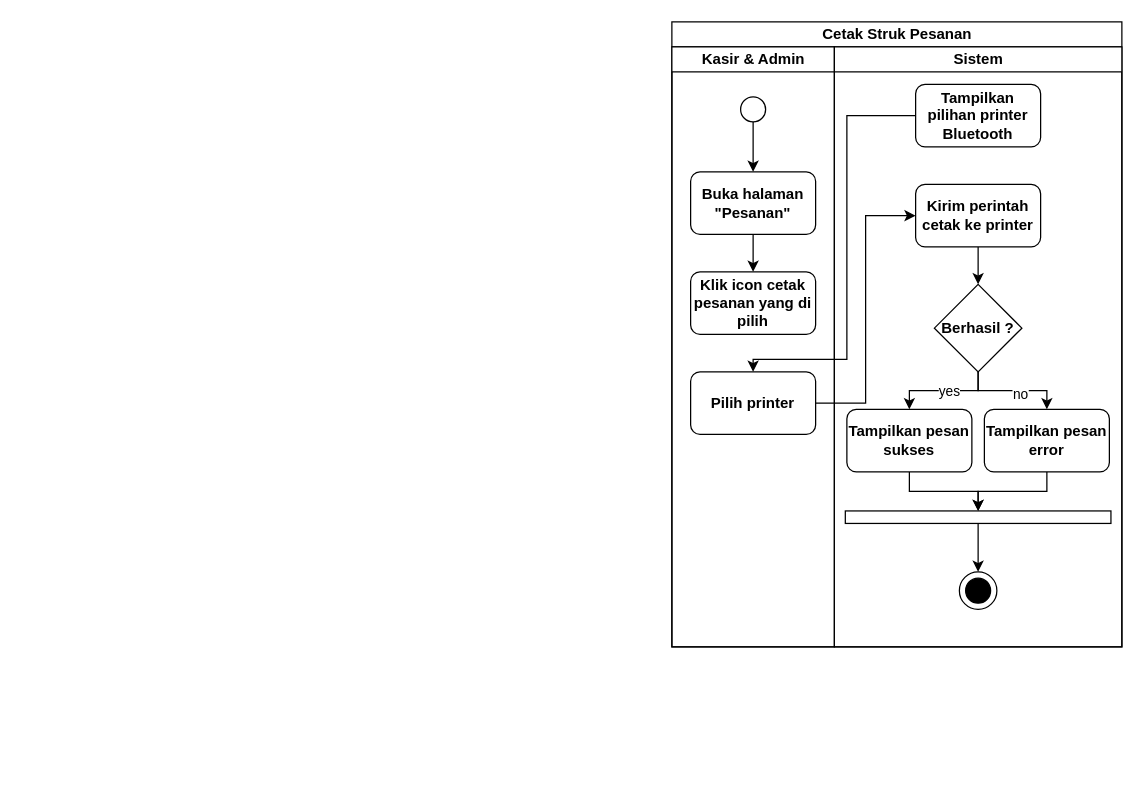
RIOKOWI/warmindo_purnama_flutter keeps this draw.io diagram as page "cetak struk pesanan" (13 of 19) of assets/uml/activity-diagram.drawio. Above is the earlier version. Source tidied: cells renumbered, new cells numbered last; positions are measured from the earlier drawing's top-left corner, leaving out a move shared by most shapes. Both pictures are drawn from the tidied source at 125%, with x=0, y=0 at pixel (21, 21).
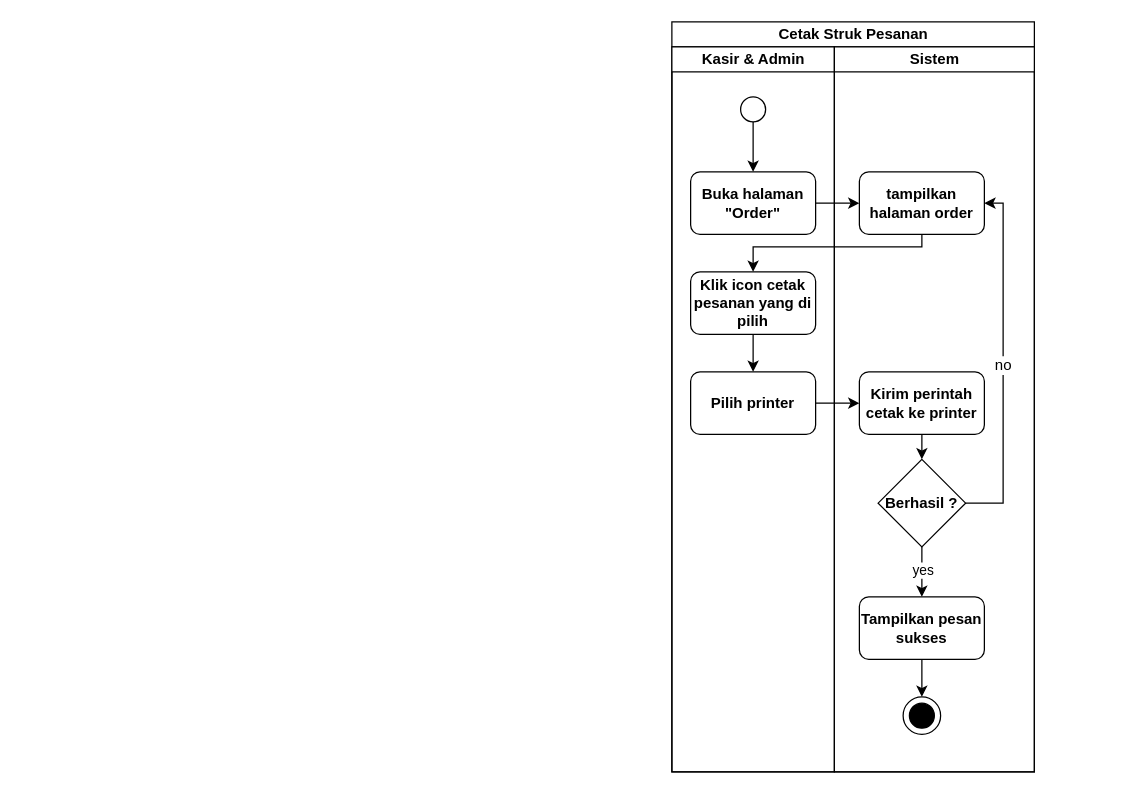
Above is the later version.

The change refers to these unchanged cells:
```xml
<mxCell id="9" value="Klik icon cetak pesanan yang di pilih" style="rounded=1;whiteSpace=wrap;html=1;strokeColor=default;align=center;verticalAlign=middle;fontFamily=Helvetica;fontSize=12;fontColor=default;fontStyle=1;fillColor=default;" parent="4" vertex="1">
  <mxGeometry x="15" y="180" width="100" height="50" as="geometry" />
</mxCell>
<mxCell id="10" value="Pilih printer" style="rounded=1;whiteSpace=wrap;html=1;strokeColor=default;align=center;verticalAlign=middle;fontFamily=Helvetica;fontSize=12;fontColor=default;fontStyle=1;fillColor=default;" parent="4" vertex="1">
  <mxGeometry x="15" y="260" width="100" height="50" as="geometry" />
</mxCell>
<mxCell id="29" style="ellipse;whiteSpace=wrap;html=1;strokeColor=default;align=center;verticalAlign=middle;fontFamily=Helvetica;fontSize=12;fontColor=default;fontStyle=1;fillColor=default;" parent="28" vertex="1">
  <mxGeometry width="30" height="30" as="geometry" />
</mxCell>
```

Diff of the diagram source:
```diff
@@
     <mxCell id="3" value="Cetak Struk Pesanan" style="swimlane;startSize=20;html=1;" parent="1" vertex="1">
-      <mxGeometry x="520" width="360" height="500" as="geometry" />
+      <mxGeometry x="520" width="290" height="600" as="geometry" />
     </mxCell>
     <mxCell id="4" value="Kasir &amp;amp; Admin" style="swimlane;startSize=20;html=1;" parent="3" vertex="1">
-      <mxGeometry y="20" width="130" height="480" as="geometry" />
+      <mxGeometry y="20" width="130" height="580" as="geometry" />
     </mxCell>
@@
-    <mxCell id="7" style="edgeStyle=orthogonalEdgeStyle;shape=connector;rounded=0;html=1;entryX=0.5;entryY=0;entryDx=0;entryDy=0;strokeColor=default;align=center;verticalAlign=middle;fontFamily=Helvetica;fontSize=11;fontColor=default;labelBackgroundColor=default;endArrow=classic;curved=0;" parent="4" edge="1" source="8" target="9">
-      <mxGeometry relative="1" as="geometry" />
-    </mxCell>
-    <mxCell id="8" value="Buka halaman &quot;Pesanan&quot;" style="rounded=1;whiteSpace=wrap;html=1;strokeColor=default;align=center;verticalAlign=middle;fontFamily=Helvetica;fontSize=12;fontColor=default;fontStyle=1;fillColor=default;" parent="4" vertex="1">
+    <mxCell id="8" value="Buka halaman &quot;Order&quot;" style="rounded=1;whiteSpace=wrap;html=1;strokeColor=default;align=center;verticalAlign=middle;fontFamily=Helvetica;fontSize=12;fontColor=default;fontStyle=1;fillColor=default;" parent="4" vertex="1">
       <mxGeometry x="15" y="100" width="100" height="50" as="geometry" />
     </mxCell>
+    <mxCell id="31" style="edgeStyle=orthogonalEdgeStyle;shape=connector;curved=0;rounded=0;html=1;strokeColor=default;align=center;verticalAlign=middle;fontFamily=Helvetica;fontSize=12;fontColor=default;fontStyle=1;labelBackgroundColor=default;endArrow=classic;" parent="4" edge="1" source="9" target="10">
+      <mxGeometry relative="1" as="geometry" />
+    </mxCell>
@@
-    <mxCell id="11" style="edgeStyle=orthogonalEdgeStyle;shape=connector;rounded=0;html=1;entryX=0.5;entryY=0;entryDx=0;entryDy=0;strokeColor=default;align=center;verticalAlign=middle;fontFamily=Helvetica;fontSize=11;fontColor=default;labelBackgroundColor=default;endArrow=classic;curved=0;" parent="3" edge="1" source="14" target="10">
-      <mxGeometry relative="1" as="geometry">
-        <Array as="points">
-          <mxPoint x="140" y="75" />
-          <mxPoint x="140" y="270" />
-          <mxPoint x="65" y="270" />
-        </Array>
-      </mxGeometry>
-    </mxCell>
@@
     <mxCell id="13" value="Sistem" style="swimlane;startSize=20;html=1;" parent="3" vertex="1">
-      <mxGeometry x="130" y="20" width="230" height="480" as="geometry" />
+      <mxGeometry x="130" y="20" width="160" height="580" as="geometry" />
     </mxCell>
-    <mxCell id="14" value="Tampilkan pilihan printer Bluetooth" style="rounded=1;whiteSpace=wrap;html=1;strokeColor=default;align=center;verticalAlign=middle;fontFamily=Helvetica;fontSize=12;fontColor=default;fontStyle=1;fillColor=default;" parent="13" vertex="1">
-      <mxGeometry x="65" y="30" width="100" height="50" as="geometry" />
+    <mxCell id="14" value="tampilkan halaman order" style="rounded=1;whiteSpace=wrap;html=1;strokeColor=default;align=center;verticalAlign=middle;fontFamily=Helvetica;fontSize=12;fontColor=default;fontStyle=1;fillColor=default;" parent="13" vertex="1">
+      <mxGeometry x="20" y="100" width="100" height="50" as="geometry" />
     </mxCell>
@@
-    <mxCell id="17" style="edgeStyle=orthogonalEdgeStyle;shape=connector;rounded=0;html=1;entryX=0.5;entryY=0;entryDx=0;entryDy=0;strokeColor=default;align=center;verticalAlign=middle;fontFamily=Helvetica;fontSize=11;fontColor=default;labelBackgroundColor=default;endArrow=classic;curved=0;" parent="13" edge="1" source="19" target="25">
-      <mxGeometry relative="1" as="geometry" />
-    </mxCell>
-    <mxCell id="18" value="no" style="edgeLabel;html=1;align=center;verticalAlign=middle;fontFamily=Helvetica;fontSize=11;fontColor=default;labelBackgroundColor=default;" parent="17" vertex="1">
-      <mxGeometry x="0.13" y="-2" relative="1" as="geometry" />
-    </mxCell>
     <mxCell id="19" value="Berhasil ?" style="rhombus;whiteSpace=wrap;html=1;strokeColor=default;align=center;verticalAlign=middle;fontFamily=Helvetica;fontSize=12;fontColor=default;fontStyle=1;fillColor=default;" parent="13" vertex="1">
-      <mxGeometry x="80" y="190" width="70" height="70" as="geometry" />
+      <mxGeometry x="35" y="330" width="70" height="70" as="geometry" />
     </mxCell>
@@
     <mxCell id="21" value="Kirim perintah cetak ke printer" style="rounded=1;whiteSpace=wrap;html=1;strokeColor=default;align=center;verticalAlign=middle;fontFamily=Helvetica;fontSize=12;fontColor=default;fontStyle=1;fillColor=default;" parent="13" vertex="1">
-      <mxGeometry x="65" y="110" width="100" height="50" as="geometry" />
+      <mxGeometry x="20" y="260" width="100" height="50" as="geometry" />
     </mxCell>
-    <mxCell id="22" style="edgeStyle=orthogonalEdgeStyle;shape=connector;rounded=0;html=1;entryX=0;entryY=0.5;entryDx=0;entryDy=0;strokeColor=default;align=center;verticalAlign=middle;fontFamily=Helvetica;fontSize=11;fontColor=default;labelBackgroundColor=default;endArrow=classic;curved=0;" parent="13" edge="1" source="23" target="27">
-      <mxGeometry relative="1" as="geometry" />
-    </mxCell>
+    <mxCell id="32" style="edgeStyle=orthogonalEdgeStyle;shape=connector;curved=0;rounded=0;html=1;entryX=0.5;entryY=0;entryDx=0;entryDy=0;strokeColor=default;align=center;verticalAlign=middle;fontFamily=Helvetica;fontSize=12;fontColor=default;fontStyle=1;labelBackgroundColor=default;endArrow=classic;" parent="13" edge="1" source="23" target="29">
+      <mxGeometry relative="1" as="geometry" />
+    </mxCell>
     <mxCell id="23" value="Tampilkan pesan sukses" style="rounded=1;whiteSpace=wrap;html=1;strokeColor=default;align=center;verticalAlign=middle;fontFamily=Helvetica;fontSize=12;fontColor=default;fontStyle=1;fillColor=default;" parent="13" vertex="1">
-      <mxGeometry x="10" y="290" width="100" height="50" as="geometry" />
+      <mxGeometry x="20" y="440" width="100" height="50" as="geometry" />
     </mxCell>
-    <mxCell id="24" style="edgeStyle=orthogonalEdgeStyle;shape=connector;rounded=0;html=1;entryX=0;entryY=0.5;entryDx=0;entryDy=0;strokeColor=default;align=center;verticalAlign=middle;fontFamily=Helvetica;fontSize=11;fontColor=default;labelBackgroundColor=default;endArrow=classic;curved=0;" parent="13" edge="1" source="25" target="27">
-      <mxGeometry relative="1" as="geometry" />
-    </mxCell>
-    <mxCell id="25" value="Tampilkan pesan error" style="rounded=1;whiteSpace=wrap;html=1;strokeColor=default;align=center;verticalAlign=middle;fontFamily=Helvetica;fontSize=12;fontColor=default;fontStyle=1;fillColor=default;" parent="13" vertex="1">
-      <mxGeometry x="120" y="290" width="100" height="50" as="geometry" />
-    </mxCell>
-    <mxCell id="26" style="edgeStyle=orthogonalEdgeStyle;shape=connector;rounded=0;html=1;entryX=0.5;entryY=0;entryDx=0;entryDy=0;strokeColor=default;align=center;verticalAlign=middle;fontFamily=Helvetica;fontSize=11;fontColor=default;labelBackgroundColor=default;endArrow=classic;curved=0;" parent="13" edge="1" source="27" target="29">
-      <mxGeometry relative="1" as="geometry" />
-    </mxCell>
-    <mxCell id="27" style="rounded=0;whiteSpace=wrap;html=1;rotation=90;" parent="13" vertex="1">
-      <mxGeometry x="110" y="270" width="10" height="212.5" as="geometry" />
-    </mxCell>
     <mxCell id="28" style="group;" parent="13" vertex="1">
-      <mxGeometry x="100" y="420" width="30" height="30" as="geometry" />
+      <mxGeometry x="55" y="520" width="30" height="30" as="geometry" />
     </mxCell>
@@
+    <mxCell id="33" style="edgeStyle=orthogonalEdgeStyle;shape=connector;curved=0;rounded=0;html=1;strokeColor=default;align=center;verticalAlign=middle;fontFamily=Helvetica;fontSize=12;fontColor=default;fontStyle=1;labelBackgroundColor=default;endArrow=classic;entryX=1;entryY=0.5;entryDx=0;entryDy=0;" parent="13" edge="1" source="19" target="14">
+      <mxGeometry relative="1" as="geometry">
+        <Array as="points">
+          <mxPoint x="135" y="365" />
+          <mxPoint x="135" y="125" />
+        </Array>
+      </mxGeometry>
+    </mxCell>
+    <mxCell id="18" value="&lt;span style=&quot;font-weight: normal;&quot;&gt;no&lt;/span&gt;" style="edgeLabel;html=1;align=center;verticalAlign=middle;fontFamily=Helvetica;fontSize=12;fontColor=default;fontStyle=1;labelBackgroundColor=default;" parent="33" vertex="1">
+      <mxGeometry x="-0.01" y="1" relative="1" as="geometry" />
+    </mxCell>
+    <mxCell id="34" style="edgeStyle=orthogonalEdgeStyle;shape=connector;curved=0;rounded=0;html=1;entryX=0;entryY=0.5;entryDx=0;entryDy=0;strokeColor=default;align=center;verticalAlign=middle;fontFamily=Helvetica;fontSize=12;fontColor=default;fontStyle=1;labelBackgroundColor=default;endArrow=classic;" parent="3" edge="1" source="8" target="14">
+      <mxGeometry relative="1" as="geometry" />
+    </mxCell>
+    <mxCell id="35" style="edgeStyle=orthogonalEdgeStyle;shape=connector;curved=0;rounded=0;html=1;strokeColor=default;align=center;verticalAlign=middle;fontFamily=Helvetica;fontSize=12;fontColor=default;fontStyle=1;labelBackgroundColor=default;endArrow=classic;" parent="3" edge="1" source="14" target="9">
+      <mxGeometry relative="1" as="geometry">
+        <Array as="points">
+          <mxPoint x="200" y="180" />
+          <mxPoint x="65" y="180" />
+        </Array>
+      </mxGeometry>
+    </mxCell>
```
